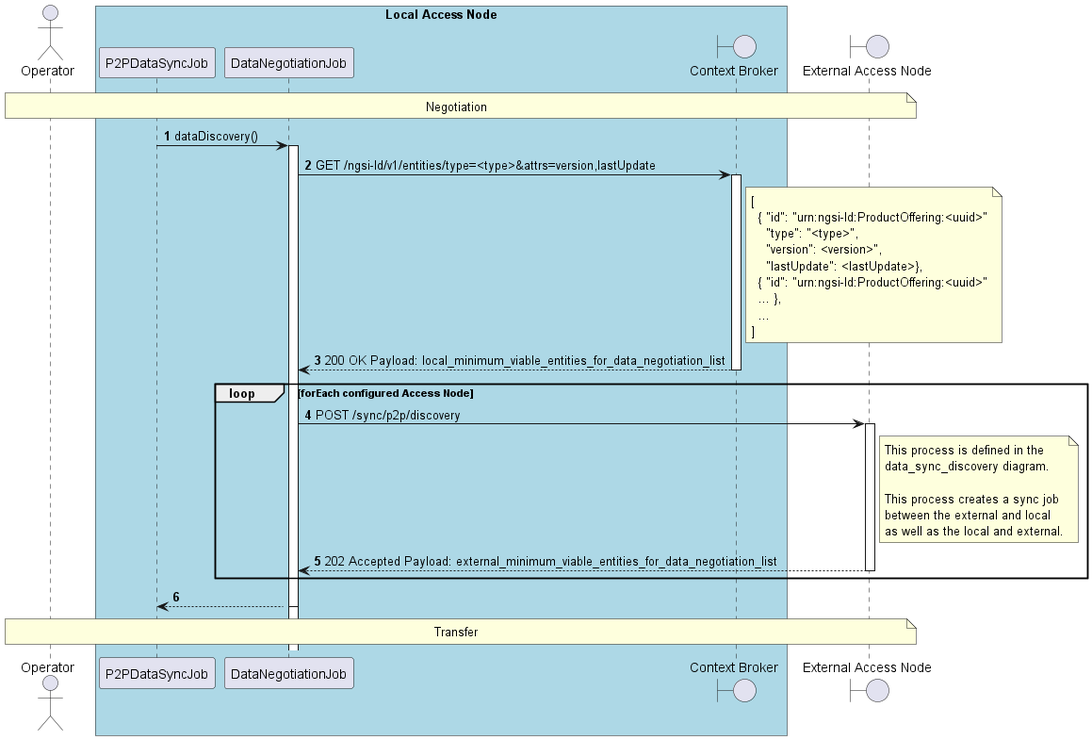
Above: desmos-tech-doc/images/use-case-data-synchronization-3-negotiation.png in in2workspace/in2-guides (PlantUML), before the change.
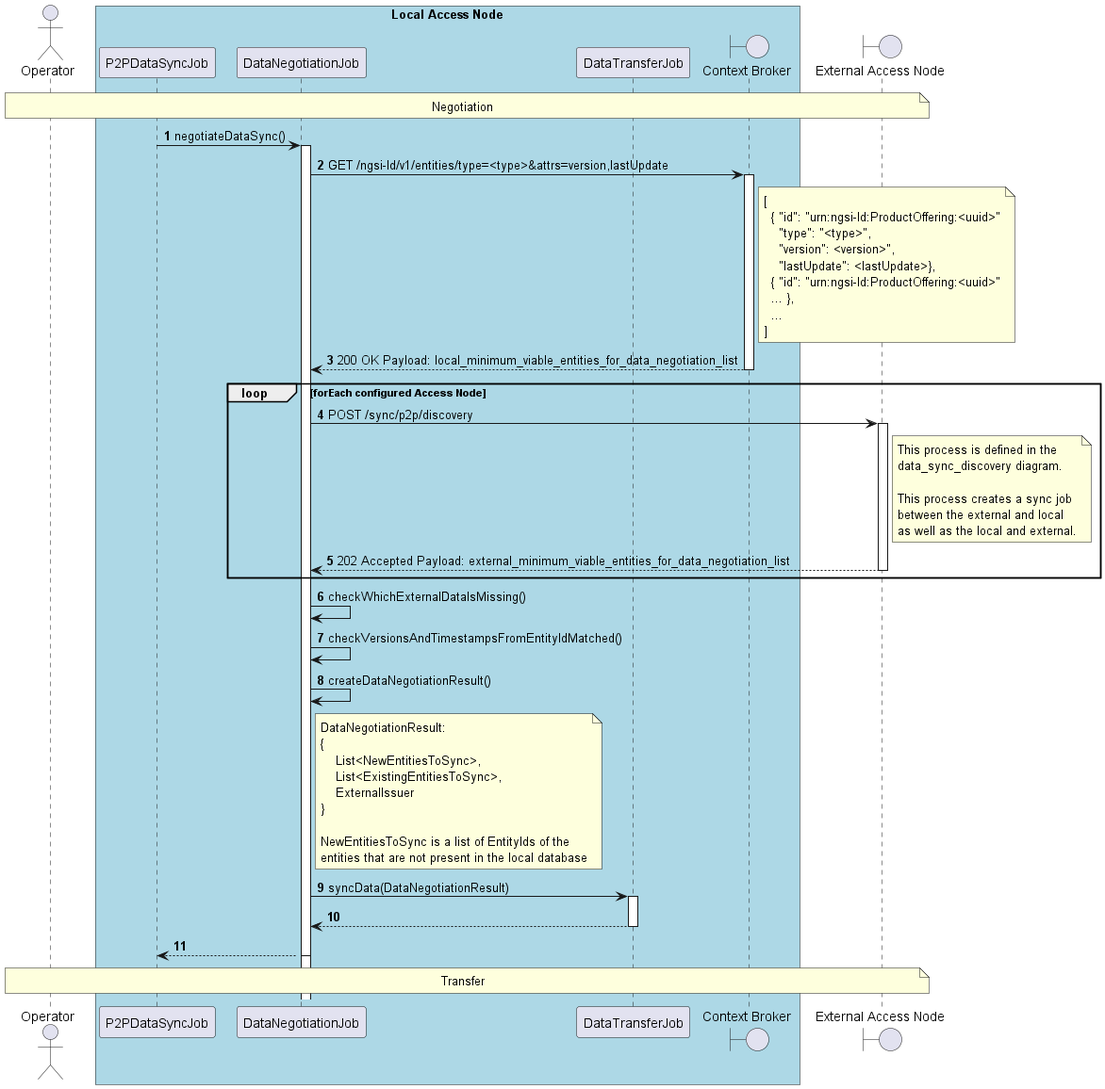
After the commit.

Diff of the diagram source:
```diff
@@ -7,8 +7,9 @@
 actor "Operator" as operator
 
 box "Local Access Node" #LightBlue
-    participant "P2PDataSyncJob" as p2p_data_sync_job
-    participant "DataNegotiationJob" as data_negotiation_job
+    participant "P2PDataSyncJob" as p2p_dsj
+    participant "DataNegotiationJob" as dnj
+    participant "DataTransferJob" as dtj
     boundary "Context Broker" as context_broker
 end box
 
@@ -19,9 +20,9 @@
     Negotiation
 end note
 
-p2p_data_sync_job -> data_negotiation_job++: dataDiscovery()
-    activate data_negotiation_job
-    data_negotiation_job -> context_broker++: GET /ngsi-ld/v1/entities/type=<type>&attrs=version,lastUpdate
+p2p_dsj -> dnj++: negotiateDataSync()
+    activate dnj
+    dnj -> context_broker++: GET /ngsi-ld/v1/entities/type=<type>&attrs=version,lastUpdate
         note right of context_broker
           [
             { "id": "urn:ngsi-ld:ProductOffering:<uuid>"
@@ -36,7 +37,7 @@
     return 200 OK Payload: local_minimum_viable_entities_for_data_negotiation_list
 
     loop forEach configured Access Node
-        data_negotiation_job -> external_access_node++: POST /sync/p2p/discovery
+        dnj -> external_access_node++: POST /sync/p2p/discovery
             note right of external_access_node
                 This process is defined in the
                 data_sync_discovery diagram.
@@ -47,6 +48,24 @@
             end note
         return 202 Accepted Payload: external_minimum_viable_entities_for_data_negotiation_list
     end
+
+    dnj -> dnj: checkWhichExternalDataIsMissing()
+    dnj -> dnj: checkVersionsAndTimestampsFromEntityIdMatched()
+    dnj -> dnj: createDataNegotiationResult()
+    note right of dnj
+        DataNegotiationResult:
+        {
+            List<NewEntitiesToSync>,
+            List<ExistingEntitiesToSync>,
+            ExternalIssuer
+        }
+
+        NewEntitiesToSync is a list of EntityIds of the
+        entities that are not present in the local database
+    end note
+
+    dnj -> dtj++: syncData(DataNegotiationResult)
+    return
 return
 note over operator, external_access_node
     Transfer
```
